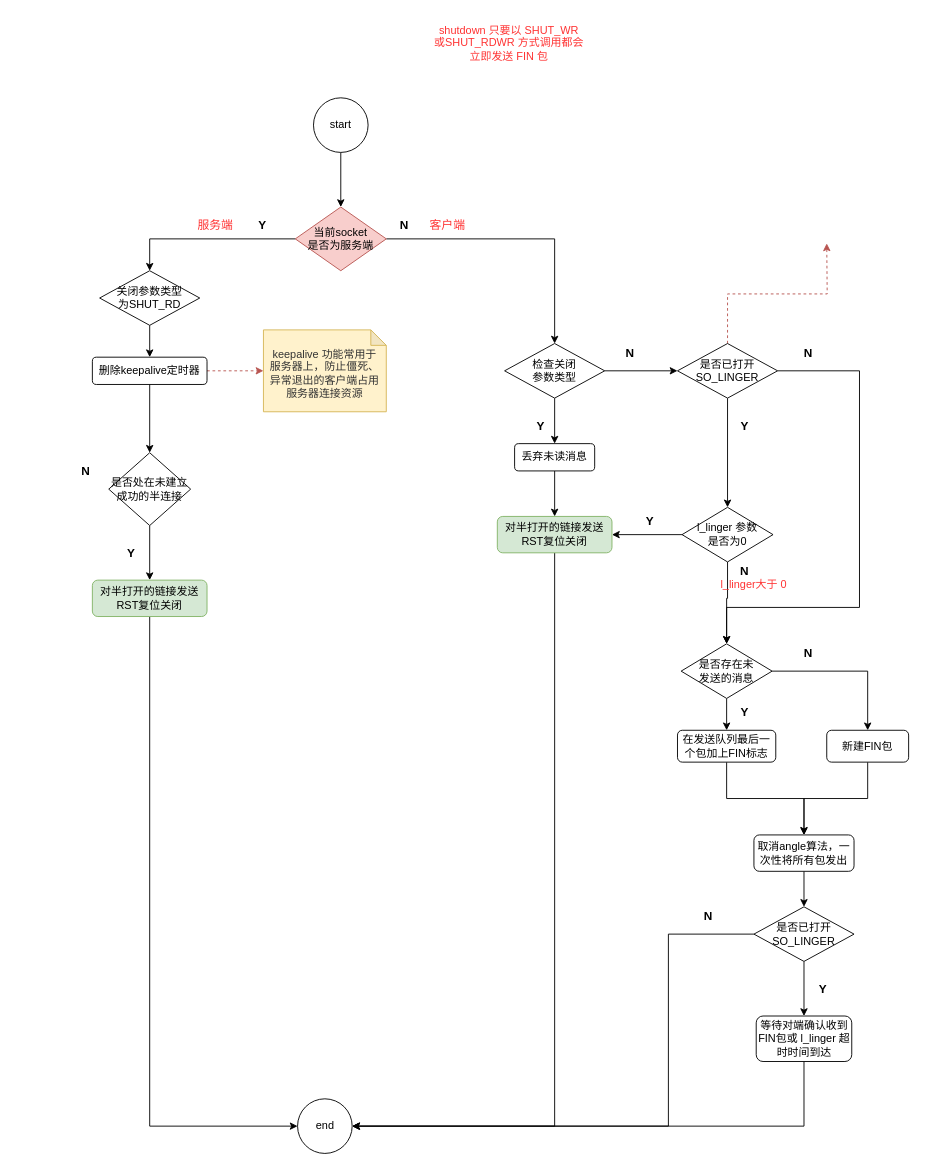
linkypi/xmind keeps this draw.io diagram as page "shutdown" (2 of 3) of NetworkProtocol/tcp-close-shutdown.drawio. Above is the earlier version. Source tidied: cells renumbered, new cells numbered last; positions are measured from the earlier drawing's top-left corner, leaving out a move shared by most shapes. Both pictures are drawn from the tidied source at 91%, with x=0, y=0 at pixel (67, 15).
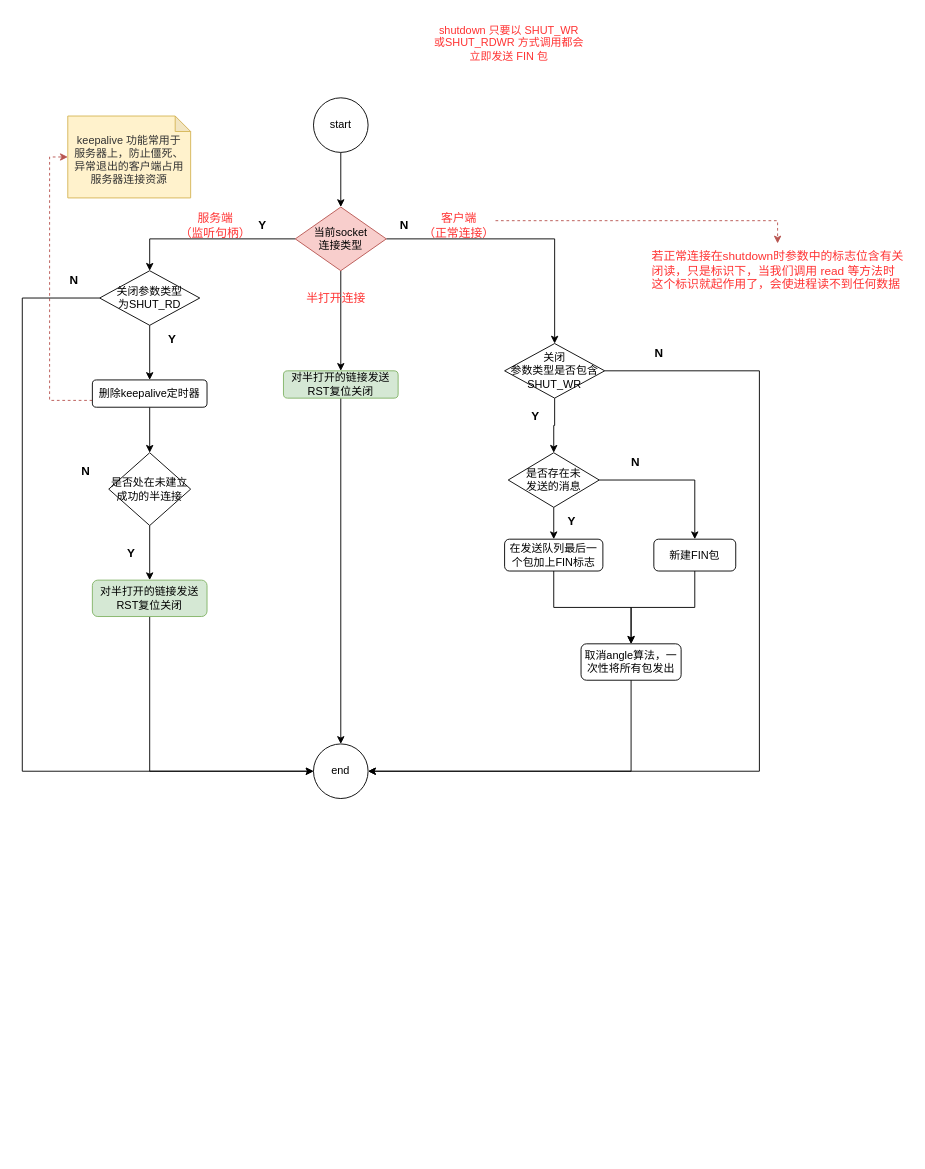
The same page after the edit.

Commit message (it also covers changes not shown here):
更新tcp so_linger参数及 shutdown流程

The change refers to these unchanged cells:
```xml
<mxCell id="62" value="关闭参数类型&lt;br&gt;为SHUT_RD" style="rhombus;whiteSpace=wrap;html=1;" parent="1" vertex="1">
  <mxGeometry x="35" y="280" width="110" height="60" as="geometry" />
</mxCell>
```

Diff of the diagram source:
```diff
@@
+    <mxCell id="64" style="edgeStyle=orthogonalEdgeStyle;rounded=0;jettySize=auto;html=1;exitX=0.5;exitY=1;exitDx=0;exitDy=0;fontSize=12;fontColor=#FF3333;" parent="1" edge="1" source="7" target="30">
+      <mxGeometry relative="1" as="geometry" />
+    </mxCell>
-    <mxCell id="7" value="当前socket&lt;br&gt;是否为服务端" style="rhombus;whiteSpace=wrap;html=1;fillColor=#f8cecc;strokeColor=#b85450;" parent="1" vertex="1">
+    <mxCell id="7" value="当前socket&lt;br&gt;连接类型" style="rhombus;whiteSpace=wrap;html=1;fillColor=#f8cecc;strokeColor=#b85450;" parent="1" vertex="1">
       <mxGeometry x="250" y="210" width="100" height="70" as="geometry" />
     </mxCell>
@@
-    <mxCell id="9" style="edgeStyle=orthogonalEdgeStyle;rounded=0;jettySize=auto;html=1;exitX=1;exitY=0.5;exitDx=0;exitDy=0;entryX=0;entryY=0.5;entryDx=0;entryDy=0;entryPerimeter=0;fontSize=13;dashed=1;fillColor=#f8cecc;strokeColor=#b85450;" parent="1" edge="1" source="10" target="16">
+    <mxCell id="9" style="edgeStyle=orthogonalEdgeStyle;rounded=0;jettySize=auto;html=1;exitX=0;exitY=0.75;exitDx=0;exitDy=0;entryX=0;entryY=0.5;entryDx=0;entryDy=0;entryPerimeter=0;fontSize=13;dashed=1;fillColor=#f8cecc;strokeColor=#b85450;" parent="1" edge="1" source="10" target="16">
       <mxGeometry relative="1" as="geometry" />
     </mxCell>
     <mxCell id="10" value="删除keepalive定时器" style="rounded=1;whiteSpace=wrap;html=1;" parent="1" vertex="1">
-      <mxGeometry x="27" y="375" width="126" height="30" as="geometry" />
+      <mxGeometry x="27" y="400" width="126" height="30" as="geometry" />
     </mxCell>
@@
     <mxCell id="16" value="&lt;span style=&quot;color: rgb(51, 51, 51); font-size: 12px;&quot;&gt;keepalive 功能常用于服务器上，防止僵死、异常退出的客户端占用服务器连接资源&lt;/span&gt;" style="shape=note;whiteSpace=wrap;html=1;backgroundOutline=1;darkOpacity=0.05;fontSize=12;spacingLeft=5;spacingRight=5;size=17;spacingTop=5;fillColor=#fff2cc;strokeColor=#d6b656;labelBackgroundColor=none;" parent="1" vertex="1">
-      <mxGeometry x="215" y="345" width="135" height="90" as="geometry" />
+      <mxGeometry y="110" width="135" height="90" as="geometry" />
     </mxCell>
@@
     <mxCell id="18" value="end" style="ellipse;whiteSpace=wrap;html=1;" parent="1" vertex="1">
-      <mxGeometry x="252.5" y="1190" width="60" height="60" as="geometry" />
+      <mxGeometry x="270" y="800" width="60" height="60" as="geometry" />
     </mxCell>
@@
-    <mxCell id="20" style="edgeStyle=orthogonalEdgeStyle;rounded=0;jettySize=auto;html=1;exitX=0.5;exitY=1;exitDx=0;exitDy=0;entryX=0.5;entryY=0;entryDx=0;entryDy=0;fontSize=13;fontColor=#FF3333;" parent="1" edge="1" source="22" target="27">
+    <mxCell id="20" style="edgeStyle=orthogonalEdgeStyle;rounded=0;jettySize=auto;html=1;exitX=0.5;exitY=1;exitDx=0;exitDy=0;entryX=0.5;entryY=0;entryDx=0;entryDy=0;fontSize=13;fontColor=#FF3333;" parent="1" edge="1" source="22" target="42">
       <mxGeometry relative="1" as="geometry" />
     </mxCell>
-    <mxCell id="21" style="edgeStyle=orthogonalEdgeStyle;rounded=0;jettySize=auto;html=1;exitX=1;exitY=0.5;exitDx=0;exitDy=0;entryX=0;entryY=0.5;entryDx=0;entryDy=0;fontSize=12;fontColor=#FF3333;" parent="1" edge="1" source="22" target="34">
-      <mxGeometry relative="1" as="geometry" />
+    <mxCell id="21" style="edgeStyle=orthogonalEdgeStyle;rounded=0;jettySize=auto;html=1;exitX=1;exitY=0.5;exitDx=0;exitDy=0;entryX=1;entryY=0.5;entryDx=0;entryDy=0;fontSize=12;fontColor=#FF3333;" parent="1" edge="1" source="22" target="18">
+      <mxGeometry relative="1" as="geometry">
+        <Array as="points">
+          <mxPoint x="760" y="390" />
+          <mxPoint x="760" y="830" />
+        </Array>
+      </mxGeometry>
     </mxCell>
-    <mxCell id="22" value="检查关闭&lt;br&gt;参数类型" style="rhombus;whiteSpace=wrap;html=1;" parent="1" vertex="1">
+    <mxCell id="22" value="关闭&lt;br&gt;参数类型是否包含SHUT_WR" style="rhombus;whiteSpace=wrap;html=1;" parent="1" vertex="1">
       <mxGeometry x="480" y="360" width="110" height="60" as="geometry" />
     </mxCell>
@@
-    <mxCell id="24" value="服务端" style="text;html=1;strokeColor=none;fillColor=none;align=center;verticalAlign=middle;whiteSpace=wrap;rounded=0;fontSize=13;fontColor=#FF3333;" parent="1" vertex="1">
-      <mxGeometry x="135" y="220" width="55" height="20" as="geometry" />
+    <mxCell id="24" value="服务端&lt;br&gt;（监听句柄）" style="text;html=1;strokeColor=none;fillColor=none;align=center;verticalAlign=middle;whiteSpace=wrap;rounded=0;fontSize=13;fontColor=#FF3333;" parent="1" vertex="1">
+      <mxGeometry x="120" y="220" width="85" height="20" as="geometry" />
     </mxCell>
+    <mxCell id="65" style="edgeStyle=orthogonalEdgeStyle;rounded=0;jettySize=auto;html=1;exitX=1;exitY=0.25;exitDx=0;exitDy=0;fontSize=13;fontColor=#FF3333;dashed=1;fillColor=#f8cecc;strokeColor=#b85450;" parent="1" edge="1" source="25" target="70">
+      <mxGeometry relative="1" as="geometry" />
+    </mxCell>
-    <mxCell id="25" value="客户端" style="text;html=1;strokeColor=none;fillColor=none;align=center;verticalAlign=middle;whiteSpace=wrap;rounded=0;fontSize=13;fontColor=#FF3333;" parent="1" vertex="1">
-      <mxGeometry x="390" y="220" width="55" height="20" as="geometry" />
+    <mxCell id="25" value="客户端&lt;br&gt;（正常连接）" style="text;html=1;strokeColor=none;fillColor=none;align=center;verticalAlign=middle;whiteSpace=wrap;rounded=0;fontSize=13;fontColor=#FF3333;" parent="1" vertex="1">
+      <mxGeometry x="390" y="220" width="80" height="20" as="geometry" />
     </mxCell>
-    <mxCell id="26" style="edgeStyle=orthogonalEdgeStyle;rounded=0;jettySize=auto;html=1;exitX=0.5;exitY=1;exitDx=0;exitDy=0;entryX=0.5;entryY=0;entryDx=0;entryDy=0;fontSize=13;fontColor=#FF3333;" parent="1" edge="1" source="27" target="30">
-      <mxGeometry relative="1" as="geometry" />
-    </mxCell>
-    <mxCell id="27" value="丢弃未读消息" style="rounded=1;whiteSpace=wrap;html=1;" parent="1" vertex="1">
-      <mxGeometry x="491" y="470" width="88" height="30" as="geometry" />
-    </mxCell>
     <mxCell id="28" value="Y" style="text;html=1;strokeColor=none;fillColor=none;align=center;verticalAlign=middle;whiteSpace=wrap;rounded=0;fontSize=13;fontStyle=1;" parent="1" vertex="1">
-      <mxGeometry x="500" y="440" width="40" height="20" as="geometry" />
+      <mxGeometry x="494" y="430" width="40" height="20" as="geometry" />
     </mxCell>
-    <mxCell id="29" style="edgeStyle=orthogonalEdgeStyle;rounded=0;jettySize=auto;html=1;exitX=0.5;exitY=1;exitDx=0;exitDy=0;entryX=1;entryY=0.5;entryDx=0;entryDy=0;fontSize=12;fontColor=#FF3333;" parent="1" edge="1" source="30" target="18">
-      <mxGeometry relative="1" as="geometry" />
-    </mxCell>
-    <mxCell id="30" value="对半打开的链接发送RST复位关闭" style="rounded=1;whiteSpace=wrap;html=1;fillColor=#d5e8d4;strokeColor=#82b366;" parent="1" vertex="1">
-      <mxGeometry x="472" y="550" width="126" height="40" as="geometry" />
-    </mxCell>
-    <mxCell id="31" style="edgeStyle=orthogonalEdgeStyle;rounded=0;jettySize=auto;html=1;exitX=0.5;exitY=1;exitDx=0;exitDy=0;entryX=0.5;entryY=0;entryDx=0;entryDy=0;fontSize=12;fontColor=#FF3333;" parent="1" edge="1" source="34" target="37">
-      <mxGeometry relative="1" as="geometry" />
-    </mxCell>
-    <mxCell id="32" style="edgeStyle=orthogonalEdgeStyle;rounded=0;jettySize=auto;html=1;exitX=1;exitY=0.5;exitDx=0;exitDy=0;entryX=0.5;entryY=0;entryDx=0;entryDy=0;fontSize=12;fontColor=#FF3333;" parent="1" edge="1" source="34" target="42">
-      <mxGeometry relative="1" as="geometry">
-        <Array as="points">
-          <mxPoint x="870" y="390" />
-          <mxPoint x="870" y="650" />
-          <mxPoint x="724" y="650" />
-        </Array>
-      </mxGeometry>
-    </mxCell>
-    <mxCell id="33" style="edgeStyle=orthogonalEdgeStyle;rounded=0;jettySize=auto;html=1;exitX=0.5;exitY=0;exitDx=0;exitDy=0;entryX=0;entryY=0.5;entryDx=0;entryDy=0;fontSize=12;fontColor=#FF3333;dashed=1;fillColor=#f8cecc;strokeColor=#b85450;" parent="1" edge="1" source="34">
-      <mxGeometry relative="1" as="geometry">
-        <mxPoint x="834" y="250" as="targetPoint" />
-      </mxGeometry>
-    </mxCell>
-    <mxCell id="34" value="是否已打开&lt;br&gt;SO_LINGER" style="rhombus;whiteSpace=wrap;html=1;" parent="1" vertex="1">
-      <mxGeometry x="670" y="360" width="110" height="60" as="geometry" />
-    </mxCell>
-    <mxCell id="35" style="edgeStyle=orthogonalEdgeStyle;rounded=0;jettySize=auto;html=1;exitX=0;exitY=0.5;exitDx=0;exitDy=0;entryX=1;entryY=0.5;entryDx=0;entryDy=0;fontSize=12;fontColor=#FF3333;" parent="1" edge="1" source="37" target="30">
-      <mxGeometry relative="1" as="geometry" />
-    </mxCell>
-    <mxCell id="36" style="edgeStyle=orthogonalEdgeStyle;rounded=0;jettySize=auto;html=1;exitX=0.5;exitY=1;exitDx=0;exitDy=0;entryX=0.5;entryY=0;entryDx=0;entryDy=0;fontSize=12;fontColor=#FF3333;" parent="1" edge="1" source="37" target="42">
-      <mxGeometry relative="1" as="geometry">
-        <Array as="points">
-          <mxPoint x="725" y="640" />
-          <mxPoint x="724" y="640" />
-        </Array>
-      </mxGeometry>
-    </mxCell>
-    <mxCell id="37" value="l_linger 参数&lt;br&gt;是否为0" style="rhombus;whiteSpace=wrap;html=1;" parent="1" vertex="1">
-      <mxGeometry x="675" y="540" width="100" height="60" as="geometry" />
-    </mxCell>
-    <mxCell id="38" value="N" style="text;html=1;strokeColor=none;fillColor=none;align=center;verticalAlign=middle;whiteSpace=wrap;rounded=0;fontSize=13;fontStyle=1;" parent="1" vertex="1">
-      <mxGeometry x="794" y="360" width="40" height="20" as="geometry" />
-    </mxCell>
-    <mxCell id="39" value="Y" style="text;html=1;strokeColor=none;fillColor=none;align=center;verticalAlign=middle;whiteSpace=wrap;rounded=0;fontSize=13;fontStyle=1;" parent="1" vertex="1">
-      <mxGeometry x="724" y="440" width="40" height="20" as="geometry" />
-    </mxCell>
@@
     <mxCell id="42" value="是否存在未&lt;br&gt;发送的消息" style="rhombus;whiteSpace=wrap;html=1;" parent="1" vertex="1">
-      <mxGeometry x="674" y="690" width="100" height="60" as="geometry" />
+      <mxGeometry x="484" y="480" width="100" height="60" as="geometry" />
     </mxCell>
     <mxCell id="43" style="edgeStyle=orthogonalEdgeStyle;rounded=0;jettySize=auto;html=1;exitX=0.5;exitY=1;exitDx=0;exitDy=0;entryX=0.5;entryY=0;entryDx=0;entryDy=0;fontSize=12;fontColor=#FF3333;" parent="1" edge="1" source="44" target="49">
       <mxGeometry relative="1" as="geometry">
         <Array as="points">
-          <mxPoint x="724" y="860" />
-          <mxPoint x="809" y="860" />
+          <mxPoint x="534" y="650" />
+          <mxPoint x="619" y="650" />
         </Array>
       </mxGeometry>
     </mxCell>
     <mxCell id="44" value="在发送队列最后一个包加上FIN标志" style="rounded=1;whiteSpace=wrap;html=1;" parent="1" vertex="1">
-      <mxGeometry x="670" y="785" width="108" height="35" as="geometry" />
+      <mxGeometry x="480" y="575" width="108" height="35" as="geometry" />
     </mxCell>
     <mxCell id="45" value="Y" style="text;html=1;strokeColor=none;fillColor=none;align=center;verticalAlign=middle;whiteSpace=wrap;rounded=0;fontSize=13;fontStyle=1;" parent="1" vertex="1">
-      <mxGeometry x="724" y="755" width="40" height="20" as="geometry" />
+      <mxGeometry x="534" y="545" width="40" height="20" as="geometry" />
     </mxCell>
     <mxCell id="46" style="edgeStyle=orthogonalEdgeStyle;rounded=0;jettySize=auto;html=1;exitX=0.5;exitY=1;exitDx=0;exitDy=0;entryX=0.5;entryY=0;entryDx=0;entryDy=0;fontSize=12;fontColor=#FF3333;" parent="1" edge="1" source="47" target="49">
       <mxGeometry relative="1" as="geometry">
         <Array as="points">
-          <mxPoint x="879" y="860" />
-          <mxPoint x="809" y="860" />
+          <mxPoint x="689" y="650" />
+          <mxPoint x="619" y="650" />
         </Array>
       </mxGeometry>
     </mxCell>
     <mxCell id="47" value="新建FIN包" style="rounded=1;whiteSpace=wrap;html=1;" parent="1" vertex="1">
-      <mxGeometry x="834" y="785" width="90" height="35" as="geometry" />
+      <mxGeometry x="644" y="575" width="90" height="35" as="geometry" />
     </mxCell>
-    <mxCell id="48" style="edgeStyle=orthogonalEdgeStyle;rounded=0;jettySize=auto;html=1;exitX=0.5;exitY=1;exitDx=0;exitDy=0;entryX=0.5;entryY=0;entryDx=0;entryDy=0;fontSize=12;fontColor=#FF3333;" parent="1" edge="1" source="49" target="56">
-      <mxGeometry relative="1" as="geometry" />
-    </mxCell>
     <mxCell id="49" value="取消angle算法，一次性将所有包发出" style="rounded=1;whiteSpace=wrap;html=1;" parent="1" vertex="1">
-      <mxGeometry x="754" y="900" width="110" height="40" as="geometry" />
+      <mxGeometry x="564" y="690" width="110" height="40" as="geometry" />
     </mxCell>
     <mxCell id="50" value="N" style="text;html=1;strokeColor=none;fillColor=none;align=center;verticalAlign=middle;whiteSpace=wrap;rounded=0;fontSize=13;fontStyle=1;" parent="1" vertex="1">
-      <mxGeometry x="794" y="690" width="40" height="20" as="geometry" />
+      <mxGeometry x="604" y="480" width="40" height="20" as="geometry" />
     </mxCell>
-    <mxCell id="51" value="Y" style="text;html=1;strokeColor=none;fillColor=none;align=center;verticalAlign=middle;whiteSpace=wrap;rounded=0;fontSize=13;fontStyle=1;" parent="1" vertex="1">
-      <mxGeometry x="620" y="545" width="40" height="20" as="geometry" />
-    </mxCell>
-    <mxCell id="52" value="N" style="text;html=1;strokeColor=none;fillColor=none;align=center;verticalAlign=middle;whiteSpace=wrap;rounded=0;fontSize=13;fontStyle=1;" parent="1" vertex="1">
-      <mxGeometry x="724" y="600" width="40" height="20" as="geometry" />
-    </mxCell>
-    <mxCell id="53" value="l_linger大于 0" style="text;html=1;strokeColor=none;fillColor=none;align=center;verticalAlign=middle;whiteSpace=wrap;rounded=0;labelBackgroundColor=none;fontSize=12;fontColor=#FF3333;" parent="1" vertex="1">
-      <mxGeometry x="714" y="615" width="80" height="20" as="geometry" />
-    </mxCell>
-    <mxCell id="54" style="edgeStyle=orthogonalEdgeStyle;rounded=0;jettySize=auto;html=1;exitX=0.5;exitY=1;exitDx=0;exitDy=0;entryX=0.5;entryY=0;entryDx=0;entryDy=0;fontSize=12;fontColor=#FF3333;" parent="1" edge="1" source="56" target="58">
-      <mxGeometry relative="1" as="geometry" />
-    </mxCell>
-    <mxCell id="55" style="edgeStyle=orthogonalEdgeStyle;rounded=0;jettySize=auto;html=1;exitX=0;exitY=0.5;exitDx=0;exitDy=0;entryX=1;entryY=0.5;entryDx=0;entryDy=0;fontSize=12;fontColor=#FF3333;" parent="1" edge="1" source="56" target="18">
-      <mxGeometry relative="1" as="geometry">
-        <Array as="points">
-          <mxPoint x="660" y="1009" />
-          <mxPoint x="660" y="1220" />
-        </Array>
-      </mxGeometry>
-    </mxCell>
-    <mxCell id="56" value="是否已打开&lt;br&gt;SO_LINGER" style="rhombus;whiteSpace=wrap;html=1;" parent="1" vertex="1">
-      <mxGeometry x="754" y="979" width="110" height="60" as="geometry" />
-    </mxCell>
-    <mxCell id="57" style="edgeStyle=orthogonalEdgeStyle;rounded=0;jettySize=auto;html=1;exitX=0.5;exitY=1;exitDx=0;exitDy=0;entryX=1;entryY=0.5;entryDx=0;entryDy=0;fontSize=12;fontColor=#FF3333;" parent="1" edge="1" source="58" target="18">
+    <mxCell id="57" style="edgeStyle=orthogonalEdgeStyle;rounded=0;jettySize=auto;html=1;exitX=0.5;exitY=1;exitDx=0;exitDy=0;entryX=1;entryY=0.5;entryDx=0;entryDy=0;fontSize=12;fontColor=#FF3333;" parent="1" edge="1" source="49" target="18">
       <mxGeometry relative="1" as="geometry" />
     </mxCell>
-    <mxCell id="58" value="等待对端确认收到FIN包或 l_linger 超时时间到达" style="rounded=1;whiteSpace=wrap;html=1;" parent="1" vertex="1">
-      <mxGeometry x="756.5" y="1099" width="105" height="50" as="geometry" />
-    </mxCell>
-    <mxCell id="59" value="Y" style="text;html=1;strokeColor=none;fillColor=none;align=center;verticalAlign=middle;whiteSpace=wrap;rounded=0;fontSize=13;fontStyle=1;" parent="1" vertex="1">
-      <mxGeometry x="810" y="1059" width="40" height="20" as="geometry" />
-    </mxCell>
-    <mxCell id="60" value="N" style="text;html=1;strokeColor=none;fillColor=none;align=center;verticalAlign=middle;whiteSpace=wrap;rounded=0;fontSize=13;fontStyle=1;" parent="1" vertex="1">
-      <mxGeometry x="684" y="979" width="40" height="20" as="geometry" />
-    </mxCell>
     <mxCell id="61" value="N" style="text;html=1;strokeColor=none;fillColor=none;align=center;verticalAlign=middle;whiteSpace=wrap;rounded=0;fontSize=13;fontStyle=1;" parent="1" vertex="1">
-      <mxGeometry x="598" y="360" width="40" height="20" as="geometry" />
+      <mxGeometry x="630" y="360" width="40" height="20" as="geometry" />
     </mxCell>
+    <mxCell id="66" style="edgeStyle=orthogonalEdgeStyle;rounded=0;jettySize=auto;html=1;exitX=0;exitY=0.5;exitDx=0;exitDy=0;entryX=0;entryY=0.5;entryDx=0;entryDy=0;fontSize=12;fontColor=#FF3333;" parent="1" edge="1" source="62" target="18">
+      <mxGeometry relative="1" as="geometry">
+        <Array as="points">
+          <mxPoint x="-50" y="310" />
+          <mxPoint x="-50" y="830" />
+        </Array>
+      </mxGeometry>
+    </mxCell>
@@
+    <mxCell id="67" value="Y" style="text;html=1;strokeColor=none;fillColor=none;align=center;verticalAlign=middle;whiteSpace=wrap;rounded=0;fontSize=13;fontStyle=1;" parent="1" vertex="1">
+      <mxGeometry x="95" y="345" width="40" height="20" as="geometry" />
+    </mxCell>
+    <mxCell id="68" value="N" style="text;html=1;strokeColor=none;fillColor=none;align=center;verticalAlign=middle;whiteSpace=wrap;rounded=0;fontSize=13;fontStyle=1;" parent="1" vertex="1">
+      <mxGeometry x="-13" y="280" width="40" height="20" as="geometry" />
+    </mxCell>
+    <mxCell id="29" style="edgeStyle=orthogonalEdgeStyle;rounded=0;jettySize=auto;html=1;exitX=0.5;exitY=1;exitDx=0;exitDy=0;entryX=0.5;entryY=0;entryDx=0;entryDy=0;fontSize=12;fontColor=#FF3333;" parent="1" edge="1" source="30" target="18">
+      <mxGeometry relative="1" as="geometry" />
+    </mxCell>
+    <mxCell id="30" value="对半打开的链接发送RST复位关闭" style="rounded=1;whiteSpace=wrap;html=1;fillColor=#d5e8d4;strokeColor=#82b366;" parent="1" vertex="1">
+      <mxGeometry x="237" y="390" width="126" height="30" as="geometry" />
+    </mxCell>
+    <mxCell id="69" value="半打开连接" style="text;html=1;strokeColor=none;fillColor=none;align=center;verticalAlign=middle;whiteSpace=wrap;rounded=0;fontSize=13;fontColor=#FF3333;" parent="1" vertex="1">
+      <mxGeometry x="260" y="300" width="70" height="20" as="geometry" />
+    </mxCell>
+    <mxCell id="70" value="&lt;span style=&quot;font-size: 13px; font-style: normal; font-weight: 400; letter-spacing: normal; text-indent: 0px; text-transform: none; word-spacing: 0px; background-color: rgb(255, 255, 255); display: inline; float: none;&quot;&gt;若正常连接在shutdown时参数中的标志位含有关闭读，只是标识下，当我们调用 read 等方法时这个标识就起作用了，会使进程读不到任何数据&lt;/span&gt;" style="text;whiteSpace=wrap;html=1;fontSize=13;fontColor=#FF3333;" parent="1" vertex="1">
+      <mxGeometry x="640" y="250" width="280" height="60" as="geometry" />
+    </mxCell>
```
